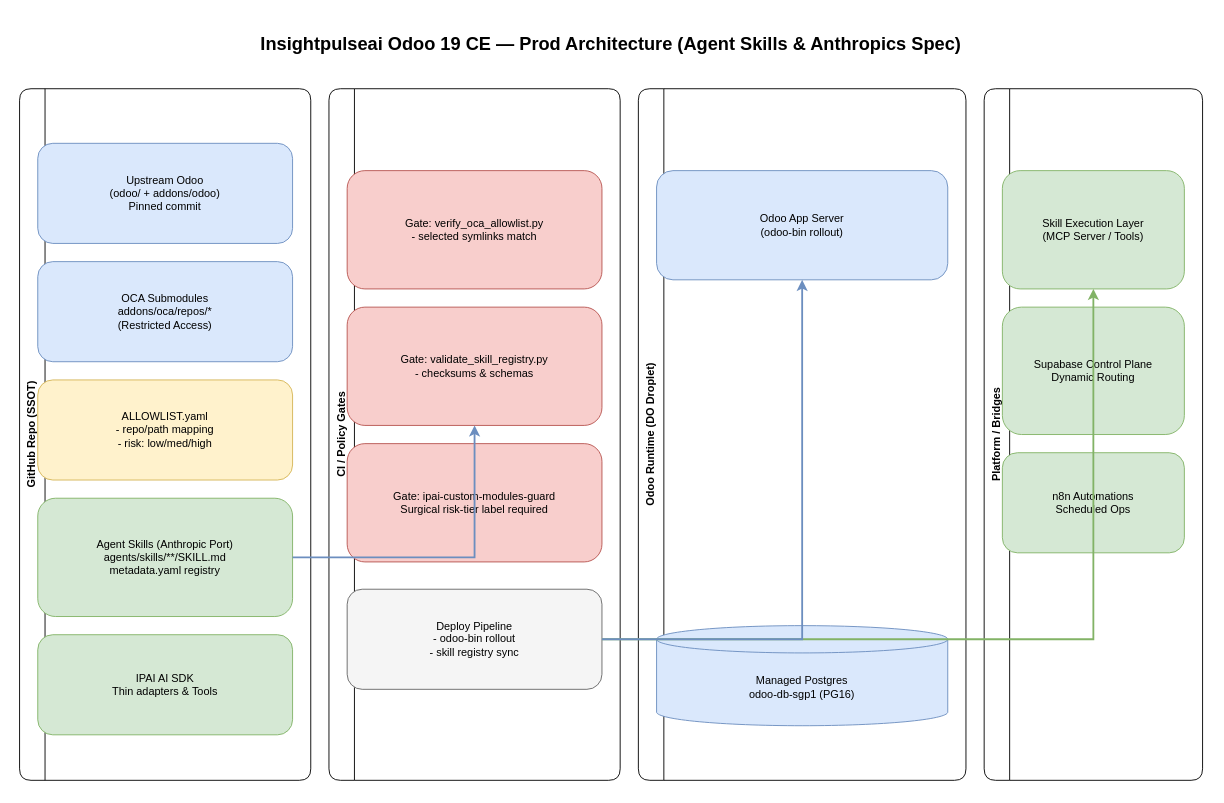
This is docs/diagrams/azure/odoo-ops-architecture.drawio from Insightpulseai/odoo, a draw.io file, before an edit. Source tidied: cells renumbered, new cells numbered last; positions are measured from the earlier drawing's top-left corner, leaving out a move shared by most shapes. Both pictures are drawn from the tidied source at 91%, with x=0, y=0 at pixel (19, 25).
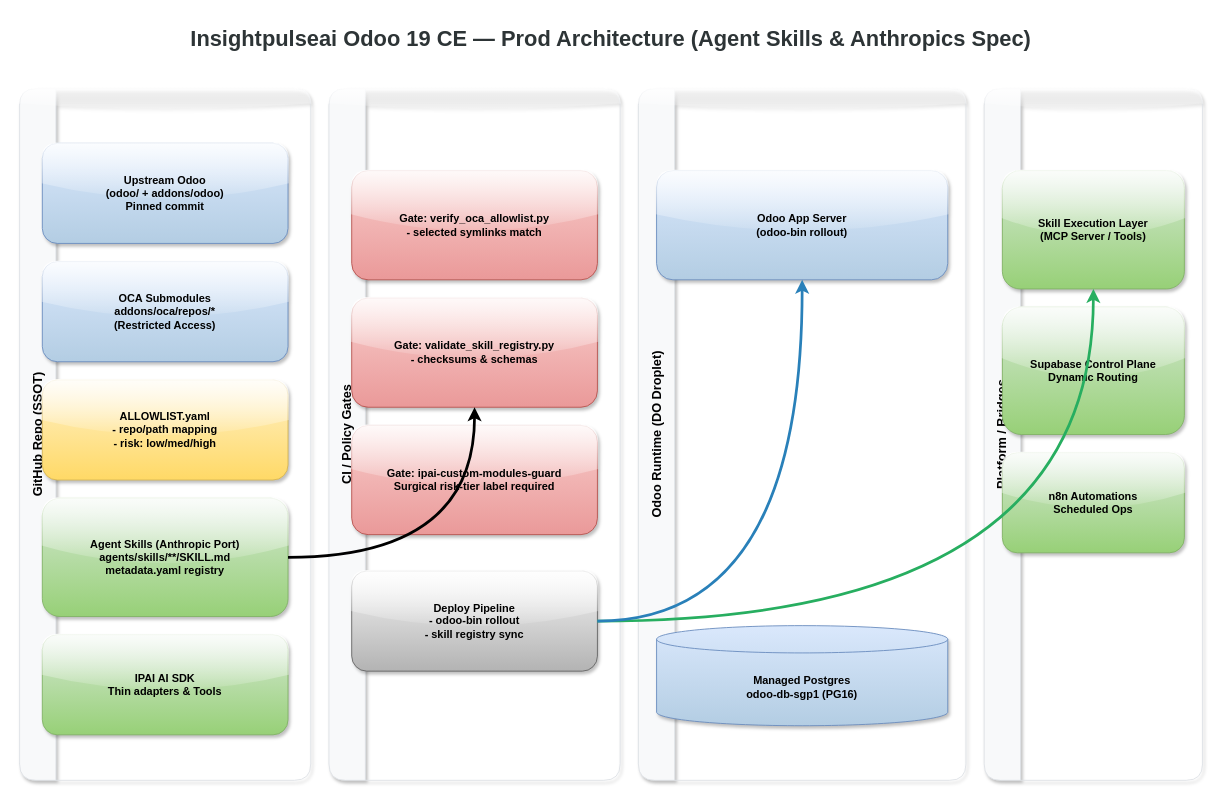
Above is the later version.

Commit message (it also covers changes not shown here):
docs(diagrams): upgrade aesthetics to professional standards and finalize Anthropics integration

The edit, as a diff of the source:
```diff
@@
-    <mxCell id="2" value="Insightpulseai Odoo 19 CE — Prod Architecture (Agent Skills &amp; Anthropics Spec)" style="text;html=1;strokeColor=none;fillColor=none;align=center;verticalAlign=middle;whiteSpace=wrap;rounded=0;fontSize=20;fontStyle=1;" parent="1" vertex="1">
-      <mxGeometry width="1300" height="40" as="geometry" />
+    <mxCell id="2" value="Insightpulseai Odoo 19 CE — Prod Architecture (Agent Skills &amp; Anthropics Spec)" style="text;html=1;strokeColor=none;fillColor=none;align=center;verticalAlign=middle;whiteSpace=wrap;rounded=0;fontSize=24;fontStyle=1;fontColor=#2D3436;" parent="1" vertex="1">
+      <mxGeometry y="-10" width="1300" height="50" as="geometry" />
     </mxCell>
-    <mxCell id="3" value="GitHub Repo (SSOT)" style="swimlane;horizontal=0;whiteSpace=wrap;html=1;fillColor=#ffffff;strokeColor=#000000;rounded=1;startSize=28;" parent="1" vertex="1">
+    <mxCell id="3" value="GitHub Repo (SSOT)" style="swimlane;horizontal=0;whiteSpace=wrap;html=1;fillColor=#F8F9FA;strokeColor=#DEE2E6;rounded=1;startSize=40;glass=1;shadow=1;fontSize=14;fontStyle=1;" parent="1" vertex="1">
       <mxGeometry y="70" width="320" height="760" as="geometry" />
     </mxCell>
-    <mxCell id="4" value="CI / Policy Gates" style="swimlane;horizontal=0;whiteSpace=wrap;html=1;fillColor=#ffffff;strokeColor=#000000;rounded=1;startSize=28;" parent="1" vertex="1">
+    <mxCell id="4" value="CI / Policy Gates" style="swimlane;horizontal=0;whiteSpace=wrap;html=1;fillColor=#F8F9FA;strokeColor=#DEE2E6;rounded=1;startSize=40;glass=1;shadow=1;fontSize=14;fontStyle=1;" parent="1" vertex="1">
       <mxGeometry x="340" y="70" width="320" height="760" as="geometry" />
     </mxCell>
-    <mxCell id="5" value="Odoo Runtime (DO Droplet)" style="swimlane;horizontal=0;whiteSpace=wrap;html=1;fillColor=#ffffff;strokeColor=#000000;rounded=1;startSize=28;" parent="1" vertex="1">
+    <mxCell id="5" value="Odoo Runtime (DO Droplet)" style="swimlane;horizontal=0;whiteSpace=wrap;html=1;fillColor=#F8F9FA;strokeColor=#DEE2E6;rounded=1;startSize=40;glass=1;shadow=1;fontSize=14;fontStyle=1;" parent="1" vertex="1">
       <mxGeometry x="680" y="70" width="360" height="760" as="geometry" />
     </mxCell>
-    <mxCell id="6" value="Platform / Bridges" style="swimlane;horizontal=0;whiteSpace=wrap;html=1;fillColor=#ffffff;strokeColor=#000000;rounded=1;startSize=28;" parent="1" vertex="1">
+    <mxCell id="6" value="Platform / Bridges" style="swimlane;horizontal=0;whiteSpace=wrap;html=1;fillColor=#F8F9FA;strokeColor=#DEE2E6;rounded=1;startSize=40;glass=1;shadow=1;fontSize=14;fontStyle=1;" parent="1" vertex="1">
       <mxGeometry x="1060" y="70" width="240" height="760" as="geometry" />
     </mxCell>
-    <mxCell id="7" value="Upstream Odoo&#10;(odoo/ + addons/odoo)&#10;Pinned commit" style="rounded=1;whiteSpace=wrap;html=1;fillColor=#dae8fc;strokeColor=#6c8ebf;" parent="3" vertex="1">
-      <mxGeometry x="20" y="60" width="280" height="110" as="geometry" />
+    <mxCell id="7" value="Upstream Odoo&#10;(odoo/ + addons/odoo)&#10;Pinned commit" style="rounded=1;whiteSpace=wrap;html=1;fillColor=#dae8fc;strokeColor=#6c8ebf;gradientColor=#b3cde3;glass=1;shadow=1;fontStyle=1;" parent="3" vertex="1">
+      <mxGeometry x="25" y="60" width="270" height="110" as="geometry" />
     </mxCell>
-    <mxCell id="8" value="OCA Submodules&#10;addons/oca/repos/*&#10;(Restricted Access)" style="rounded=1;whiteSpace=wrap;html=1;fillColor=#dae8fc;strokeColor=#6c8ebf;" parent="3" vertex="1">
-      <mxGeometry x="20" y="190" width="280" height="110" as="geometry" />
+    <mxCell id="8" value="OCA Submodules&#10;addons/oca/repos/*&#10;(Restricted Access)" style="rounded=1;whiteSpace=wrap;html=1;fillColor=#dae8fc;strokeColor=#6c8ebf;gradientColor=#b3cde3;glass=1;shadow=1;fontStyle=1;" parent="3" vertex="1">
+      <mxGeometry x="25" y="190" width="270" height="110" as="geometry" />
     </mxCell>
-    <mxCell id="9" value="ALLOWLIST.yaml&#10;- repo/path mapping&#10;- risk: low/med/high" style="rounded=1;whiteSpace=wrap;html=1;fillColor=#fff2cc;strokeColor=#d6b656;" parent="3" vertex="1">
-      <mxGeometry x="20" y="320" width="280" height="110" as="geometry" />
+    <mxCell id="9" value="ALLOWLIST.yaml&#10;- repo/path mapping&#10;- risk: low/med/high" style="rounded=1;whiteSpace=wrap;html=1;fillColor=#fff2cc;strokeColor=#d6b656;gradientColor=#ffd966;glass=1;shadow=1;fontStyle=1;" parent="3" vertex="1">
+      <mxGeometry x="25" y="320" width="270" height="110" as="geometry" />
     </mxCell>
-    <mxCell id="10" value="Agent Skills (Anthropic Port)&#10;agents/skills/**/SKILL.md&#10;metadata.yaml registry" style="rounded=1;whiteSpace=wrap;html=1;fillColor=#d5e8d4;strokeColor=#82b366;" parent="3" vertex="1">
-      <mxGeometry x="20" y="450" width="280" height="130" as="geometry" />
+    <mxCell id="10" value="Agent Skills (Anthropic Port)&#10;agents/skills/**/SKILL.md&#10;metadata.yaml registry" style="rounded=1;whiteSpace=wrap;html=1;fillColor=#d5e8d4;strokeColor=#82b366;gradientColor=#97d077;glass=1;shadow=1;fontStyle=1;" parent="3" vertex="1">
+      <mxGeometry x="25" y="450" width="270" height="130" as="geometry" />
     </mxCell>
-    <mxCell id="11" value="IPAI AI SDK&#10;Thin adapters &amp; Tools" style="rounded=1;whiteSpace=wrap;html=1;fillColor=#d5e8d4;strokeColor=#82b366;" parent="3" vertex="1">
-      <mxGeometry x="20" y="600" width="280" height="110" as="geometry" />
+    <mxCell id="11" value="IPAI AI SDK&#10;Thin adapters &amp; Tools" style="rounded=1;whiteSpace=wrap;html=1;fillColor=#d5e8d4;strokeColor=#82b366;gradientColor=#97d077;glass=1;shadow=1;fontStyle=1;" parent="3" vertex="1">
+      <mxGeometry x="25" y="600" width="270" height="110" as="geometry" />
     </mxCell>
-    <mxCell id="12" value="Gate: verify_oca_allowlist.py&#10;- selected symlinks match" style="rounded=1;whiteSpace=wrap;html=1;fillColor=#f8cecc;strokeColor=#b85450;" parent="4" vertex="1">
-      <mxGeometry x="20" y="90" width="280" height="130" as="geometry" />
+    <mxCell id="12" value="Gate: verify_oca_allowlist.py&#10;- selected symlinks match" style="rounded=1;whiteSpace=wrap;html=1;fillColor=#f8cecc;strokeColor=#b85450;gradientColor=#ea9999;glass=1;shadow=1;fontStyle=1;" parent="4" vertex="1">
+      <mxGeometry x="25" y="90" width="270" height="120" as="geometry" />
     </mxCell>
-    <mxCell id="13" value="Gate: validate_skill_registry.py&#10;- checksums &amp; schemas" style="rounded=1;whiteSpace=wrap;html=1;fillColor=#f8cecc;strokeColor=#b85450;" parent="4" vertex="1">
-      <mxGeometry x="20" y="240" width="280" height="130" as="geometry" />
+    <mxCell id="13" value="Gate: validate_skill_registry.py&#10;- checksums &amp; schemas" style="rounded=1;whiteSpace=wrap;html=1;fillColor=#f8cecc;strokeColor=#b85450;gradientColor=#ea9999;glass=1;shadow=1;fontStyle=1;" parent="4" vertex="1">
+      <mxGeometry x="25" y="230" width="270" height="120" as="geometry" />
     </mxCell>
-    <mxCell id="14" value="Gate: ipai-custom-modules-guard&#10;Surgical risk-tier label required" style="rounded=1;whiteSpace=wrap;html=1;fillColor=#f8cecc;strokeColor=#b85450;" parent="4" vertex="1">
-      <mxGeometry x="20" y="390" width="280" height="130" as="geometry" />
+    <mxCell id="14" value="Gate: ipai-custom-modules-guard&#10;Surgical risk-tier label required" style="rounded=1;whiteSpace=wrap;html=1;fillColor=#f8cecc;strokeColor=#b85450;gradientColor=#ea9999;glass=1;shadow=1;fontStyle=1;" parent="4" vertex="1">
+      <mxGeometry x="25" y="370" width="270" height="120" as="geometry" />
     </mxCell>
-    <mxCell id="15" value="Deploy Pipeline&#10;- odoo-bin rollout&#10;- skill registry sync" style="rounded=1;whiteSpace=wrap;html=1;fillColor=#f5f5f5;strokeColor=#666666;" parent="4" vertex="1">
-      <mxGeometry x="20" y="550" width="280" height="110" as="geometry" />
+    <mxCell id="15" value="Deploy Pipeline&#10;- odoo-bin rollout&#10;- skill registry sync" style="rounded=1;whiteSpace=wrap;html=1;fillColor=#f5f5f5;strokeColor=#666666;gradientColor=#b3b3b3;glass=1;shadow=1;fontStyle=1;" parent="4" vertex="1">
+      <mxGeometry x="25" y="530" width="270" height="110" as="geometry" />
     </mxCell>
-    <mxCell id="16" value="Odoo App Server&#10;(odoo-bin rollout)" style="rounded=1;whiteSpace=wrap;html=1;fillColor=#dae8fc;strokeColor=#6c8ebf;" parent="5" vertex="1">
+    <mxCell id="16" value="Odoo App Server&#10;(odoo-bin rollout)" style="rounded=1;whiteSpace=wrap;html=1;fillColor=#dae8fc;strokeColor=#6c8ebf;gradientColor=#b3cde3;glass=1;shadow=1;fontStyle=1;" parent="5" vertex="1">
       <mxGeometry x="20" y="90" width="320" height="120" as="geometry" />
     </mxCell>
-    <mxCell id="17" value="Managed Postgres&#10;odoo-db-sgp1 (PG16)" style="shape=cylinder3;whiteSpace=wrap;html=1;boundedLbl=1;backgroundOutline=1;size=15;fillColor=#dae8fc;strokeColor=#6c8ebf;" parent="5" vertex="1">
+    <mxCell id="17" value="Managed Postgres&#10;odoo-db-sgp1 (PG16)" style="shape=cylinder3;whiteSpace=wrap;html=1;boundedLbl=1;backgroundOutline=1;size=15;fillColor=#dae8fc;strokeColor=#6c8ebf;gradientColor=#b3cde3;glass=1;shadow=1;fontStyle=1;" parent="5" vertex="1">
       <mxGeometry x="20" y="590" width="320" height="110" as="geometry" />
     </mxCell>
-    <mxCell id="18" value="Skill Execution Layer&#10;(MCP Server / Tools)" style="rounded=1;whiteSpace=wrap;html=1;fillColor=#d5e8d4;strokeColor=#82b366;" parent="6" vertex="1">
+    <mxCell id="18" value="Skill Execution Layer&#10;(MCP Server / Tools)" style="rounded=1;whiteSpace=wrap;html=1;fillColor=#d5e8d4;strokeColor=#82b366;gradientColor=#97d077;glass=1;shadow=1;fontStyle=1;" parent="6" vertex="1">
       <mxGeometry x="20" y="90" width="200" height="130" as="geometry" />
     </mxCell>
-    <mxCell id="19" value="Supabase Control Plane&#10;Dynamic Routing" style="rounded=1;whiteSpace=wrap;html=1;fillColor=#d5e8d4;strokeColor=#82b366;" parent="6" vertex="1">
+    <mxCell id="19" value="Supabase Control Plane&#10;Dynamic Routing" style="rounded=1;whiteSpace=wrap;html=1;fillColor=#d5e8d4;strokeColor=#82b366;gradientColor=#97d077;glass=1;shadow=1;fontStyle=1;" parent="6" vertex="1">
       <mxGeometry x="20" y="240" width="200" height="140" as="geometry" />
     </mxCell>
-    <mxCell id="20" value="n8n Automations&#10;Scheduled Ops" style="rounded=1;whiteSpace=wrap;html=1;fillColor=#d5e8d4;strokeColor=#82b366;" parent="6" vertex="1">
+    <mxCell id="20" value="n8n Automations&#10;Scheduled Ops" style="rounded=1;whiteSpace=wrap;html=1;fillColor=#d5e8d4;strokeColor=#82b366;gradientColor=#97d077;glass=1;shadow=1;fontStyle=1;" parent="6" vertex="1">
       <mxGeometry x="20" y="400" width="200" height="110" as="geometry" />
     </mxCell>
-    <mxCell id="21" style="edgeStyle=orthogonalEdgeStyle;rounded=0;jettySize=auto;html=1;strokeWidth=2;strokeColor=#6c8ebf;" parent="1" edge="1" source="10" target="13">
+    <mxCell id="21" style="edgeStyle=orthogonalEdgeStyle;rounded=1;jettySize=auto;html=1;strokeWidth=3;strokeColor=#000000;curved=1;" parent="1" edge="1" source="10" target="13">
       <mxGeometry relative="1" as="geometry" />
     </mxCell>
-    <mxCell id="22" style="edgeStyle=orthogonalEdgeStyle;rounded=0;jettySize=auto;html=1;strokeWidth=2;strokeColor=#82b366;" parent="1" edge="1" source="15" target="18">
+    <mxCell id="22" style="edgeStyle=orthogonalEdgeStyle;rounded=1;jettySize=auto;html=1;strokeWidth=3;strokeColor=#27AE60;curved=1;" parent="1" edge="1" source="15" target="18">
       <mxGeometry relative="1" as="geometry" />
     </mxCell>
-    <mxCell id="23" style="edgeStyle=orthogonalEdgeStyle;rounded=0;jettySize=auto;html=1;strokeWidth=2;strokeColor=#6c8ebf;" parent="1" edge="1" source="15" target="16">
+    <mxCell id="23" style="edgeStyle=orthogonalEdgeStyle;rounded=1;jettySize=auto;html=1;strokeWidth=3;strokeColor=#2980B9;curved=1;" parent="1" edge="1" source="15" target="16">
       <mxGeometry relative="1" as="geometry" />
     </mxCell>
```
